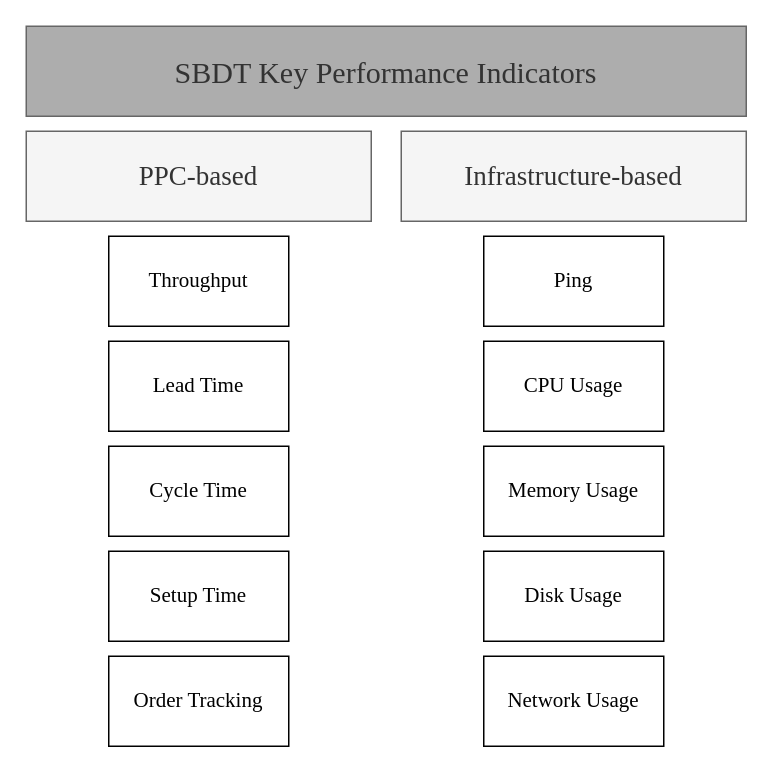
Before: figures/kpi.drawio in fishingpvalues/masterthesis, a draw.io diagram. Source tidied: cells renumbered, new cells numbered last; positions are measured from the earlier drawing's top-left corner, leaving out a move shared by most shapes. Both pictures are drawn from the tidied source at 150%, with x=0, y=0 at pixel (26, 26).
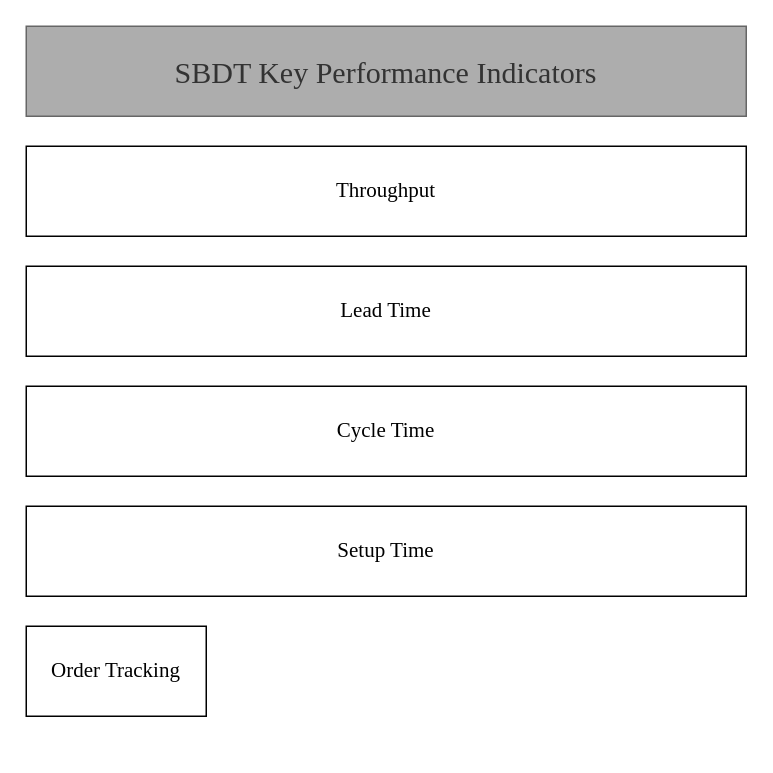
After the change.

What changed in the source:
```diff
@@
 <mxGraphModel>
   <root>
     <mxCell id="0" />
     <mxCell id="1" parent="0" />
-    <mxCell id="2" value="PPC-based" style="rounded=0;whiteSpace=wrap;html=1;fontFamily=Times New Roman;fontSize=18;fillColor=#f5f5f5;fontColor=#333333;strokeColor=#666666;" parent="1" vertex="1">
-      <mxGeometry y="70" width="230" height="60" as="geometry" />
-    </mxCell>
     <mxCell id="3" value="SBDT Key Performance Indicators" style="rounded=0;whiteSpace=wrap;html=1;fontFamily=Times New Roman;fontSize=20;fillColor=#ADADAD;fontColor=#333333;strokeColor=#666666;" parent="1" vertex="1">
       <mxGeometry width="480" height="60" as="geometry" />
     </mxCell>
-    <mxCell id="4" value="Infrastructure-based" style="rounded=0;whiteSpace=wrap;html=1;fontFamily=Times New Roman;fontSize=18;fillColor=#f5f5f5;fontColor=#333333;strokeColor=#666666;" parent="1" vertex="1">
-      <mxGeometry x="250" y="70" width="230" height="60" as="geometry" />
-    </mxCell>
     <mxCell id="5" value="Throughput" style="rounded=0;whiteSpace=wrap;html=1;fontFamily=Times New Roman;fontSize=14;" parent="1" vertex="1">
-      <mxGeometry x="55" y="140" width="120" height="60" as="geometry" />
+      <mxGeometry y="80" width="480" height="60" as="geometry" />
     </mxCell>
-    <mxCell id="6" value="Ping" style="rounded=0;whiteSpace=wrap;html=1;fontFamily=Times New Roman;fontSize=14;" parent="1" vertex="1">
-      <mxGeometry x="305" y="140" width="120" height="60" as="geometry" />
-    </mxCell>
     <mxCell id="7" value="Lead Time" style="rounded=0;whiteSpace=wrap;html=1;fontFamily=Times New Roman;fontSize=14;" parent="1" vertex="1">
-      <mxGeometry x="55" y="210" width="120" height="60" as="geometry" />
+      <mxGeometry y="160" width="480" height="60" as="geometry" />
     </mxCell>
     <mxCell id="8" value="Cycle Time" style="rounded=0;whiteSpace=wrap;html=1;fontFamily=Times New Roman;fontSize=14;" parent="1" vertex="1">
-      <mxGeometry x="55" y="280" width="120" height="60" as="geometry" />
+      <mxGeometry y="240" width="480" height="60" as="geometry" />
     </mxCell>
     <mxCell id="9" value="Setup Time" style="rounded=0;whiteSpace=wrap;html=1;fontFamily=Times New Roman;fontSize=14;" parent="1" vertex="1">
-      <mxGeometry x="55" y="350" width="120" height="60" as="geometry" />
+      <mxGeometry y="320" width="480" height="60" as="geometry" />
     </mxCell>
-    <mxCell id="10" value="CPU Usage" style="rounded=0;whiteSpace=wrap;html=1;fontFamily=Times New Roman;fontSize=14;" parent="1" vertex="1">
-      <mxGeometry x="305" y="210" width="120" height="60" as="geometry" />
-    </mxCell>
-    <mxCell id="11" value="Memory Usage" style="rounded=0;whiteSpace=wrap;html=1;fontFamily=Times New Roman;fontSize=14;" parent="1" vertex="1">
-      <mxGeometry x="305" y="280" width="120" height="60" as="geometry" />
-    </mxCell>
-    <mxCell id="12" value="Disk Usage" style="rounded=0;whiteSpace=wrap;html=1;fontFamily=Times New Roman;fontSize=14;" parent="1" vertex="1">
-      <mxGeometry x="305" y="350" width="120" height="60" as="geometry" />
-    </mxCell>
-    <mxCell id="13" value="Network Usage" style="rounded=0;whiteSpace=wrap;html=1;fontFamily=Times New Roman;fontSize=14;" parent="1" vertex="1">
-      <mxGeometry x="305" y="420" width="120" height="60" as="geometry" />
-    </mxCell>
     <mxCell id="14" value="Order Tracking" style="rounded=0;whiteSpace=wrap;html=1;fontFamily=Times New Roman;fontSize=14;" parent="1" vertex="1">
-      <mxGeometry x="55" y="420" width="120" height="60" as="geometry" />
+      <mxGeometry y="400" width="120" height="60" as="geometry" />
     </mxCell>
   </root>
 </mxGraphModel>
```
